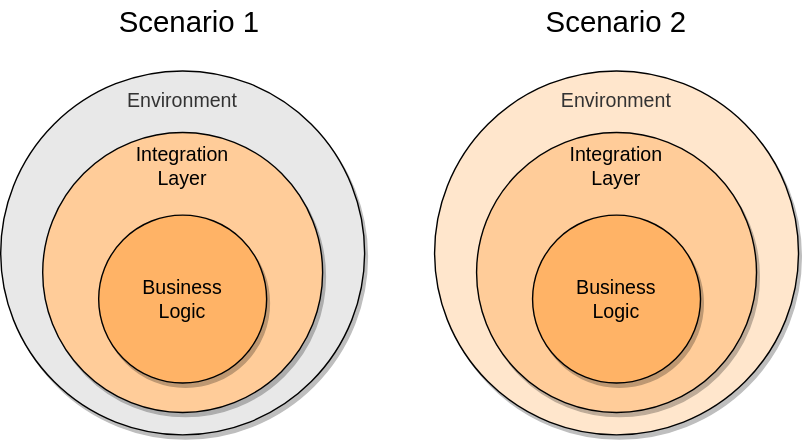
StefanSchade/blog-operational-requirements-diagrams keeps this draw.io diagram as article_02/Untitled Diagram-Scen1+2.drawio.svg. Above is the earlier version. Source tidied: cells renumbered, new cells last; positions are measured from the earlier drawing's top-left corner, leaving out a move shared by most shapes.
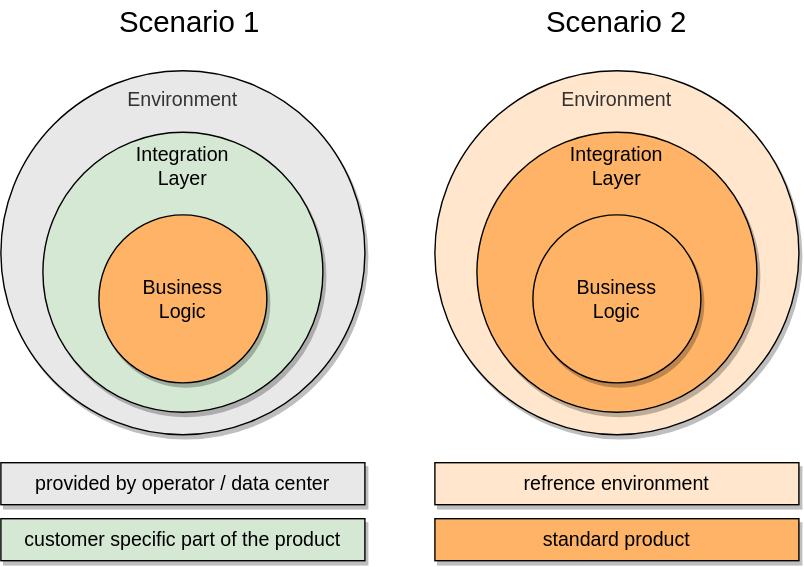
The same diagram one commit later.

What changed in the source:
```diff
@@ -5,7 +5,7 @@
     <mxCell id="2" value="Environment&lt;br style=&quot;font-size: 14px&quot;&gt;&lt;br style=&quot;font-size: 14px&quot;&gt;&lt;br style=&quot;font-size: 14px&quot;&gt;&lt;br style=&quot;font-size: 14px&quot;&gt;&lt;br style=&quot;font-size: 14px&quot;&gt;&lt;br style=&quot;font-size: 14px&quot;&gt;&lt;br style=&quot;font-size: 14px&quot;&gt;&lt;br style=&quot;font-size: 14px&quot;&gt;&lt;br style=&quot;font-size: 14px&quot;&gt;&lt;br style=&quot;font-size: 14px&quot;&gt;&lt;br style=&quot;font-size: 14px&quot;&gt;&lt;br style=&quot;font-size: 14px&quot;&gt;&lt;br style=&quot;font-size: 14px&quot;&gt;&lt;br style=&quot;font-size: 14px&quot;&gt;" style="ellipse;whiteSpace=wrap;html=1;shadow=1;fillColor=#E8E8E8;strokeColor=#000000;fontColor=#333333;fontSize=14;" parent="1" vertex="1">
       <mxGeometry y="50" width="260" height="260" as="geometry" />
     </mxCell>
-    <mxCell id="3" value="&lt;div&gt;Integration&lt;/div&gt;&lt;div&gt;Layer&lt;/div&gt;&lt;div&gt;&lt;br&gt;&lt;/div&gt;&lt;br style=&quot;font-size: 14px&quot;&gt;&lt;br style=&quot;font-size: 14px&quot;&gt;&lt;br style=&quot;font-size: 14px&quot;&gt;&lt;br style=&quot;font-size: 14px&quot;&gt;&lt;br style=&quot;font-size: 14px&quot;&gt;&lt;br style=&quot;font-size: 14px&quot;&gt;&lt;div style=&quot;font-size: 14px&quot;&gt;&lt;br style=&quot;font-size: 14px&quot;&gt;&lt;/div&gt;&lt;div style=&quot;font-size: 14px&quot;&gt;&lt;br&gt;&lt;/div&gt;" style="ellipse;whiteSpace=wrap;html=1;shadow=1;fillColor=#FFCC99;strokeColor=#000000;align=center;fontSize=14;" parent="1" vertex="1">
+    <mxCell id="3" value="&lt;div&gt;Integration&lt;/div&gt;&lt;div&gt;Layer&lt;/div&gt;&lt;div&gt;&lt;br&gt;&lt;/div&gt;&lt;br style=&quot;font-size: 14px&quot;&gt;&lt;br style=&quot;font-size: 14px&quot;&gt;&lt;br style=&quot;font-size: 14px&quot;&gt;&lt;br style=&quot;font-size: 14px&quot;&gt;&lt;br style=&quot;font-size: 14px&quot;&gt;&lt;br style=&quot;font-size: 14px&quot;&gt;&lt;div style=&quot;font-size: 14px&quot;&gt;&lt;br style=&quot;font-size: 14px&quot;&gt;&lt;/div&gt;&lt;div style=&quot;font-size: 14px&quot;&gt;&lt;br&gt;&lt;/div&gt;" style="ellipse;whiteSpace=wrap;html=1;shadow=1;fillColor=#d5e8d4;strokeColor=#000000;align=center;fontSize=14;" parent="1" vertex="1">
       <mxGeometry x="30" y="94" width="200" height="200" as="geometry" />
     </mxCell>
     <mxCell id="4" value="Business&lt;br style=&quot;font-size: 14px;&quot;&gt;Logic" style="ellipse;whiteSpace=wrap;html=1;fillColor=#FFB366;strokeColor=#000000;direction=south;fontSize=14;shadow=1;" parent="1" vertex="1">
@@ -20,11 +20,23 @@
     <mxCell id="7" value="Environment&lt;br style=&quot;font-size: 14px&quot;&gt;&lt;br style=&quot;font-size: 14px&quot;&gt;&lt;br style=&quot;font-size: 14px&quot;&gt;&lt;br style=&quot;font-size: 14px&quot;&gt;&lt;br style=&quot;font-size: 14px&quot;&gt;&lt;br style=&quot;font-size: 14px&quot;&gt;&lt;br style=&quot;font-size: 14px&quot;&gt;&lt;br style=&quot;font-size: 14px&quot;&gt;&lt;br style=&quot;font-size: 14px&quot;&gt;&lt;br style=&quot;font-size: 14px&quot;&gt;&lt;br style=&quot;font-size: 14px&quot;&gt;&lt;br style=&quot;font-size: 14px&quot;&gt;&lt;br style=&quot;font-size: 14px&quot;&gt;&lt;br style=&quot;font-size: 14px&quot;&gt;" style="ellipse;whiteSpace=wrap;html=1;shadow=1;fillColor=#FFE6CC;strokeColor=#000000;fontColor=#333333;fontSize=14;" parent="1" vertex="1">
       <mxGeometry x="310" y="50" width="260" height="260" as="geometry" />
     </mxCell>
-    <mxCell id="8" value="&lt;div&gt;Integration&lt;/div&gt;&lt;div&gt;Layer&lt;/div&gt;&lt;div&gt;&lt;br&gt;&lt;/div&gt;&lt;br style=&quot;font-size: 14px&quot;&gt;&lt;br style=&quot;font-size: 14px&quot;&gt;&lt;br style=&quot;font-size: 14px&quot;&gt;&lt;br style=&quot;font-size: 14px&quot;&gt;&lt;br style=&quot;font-size: 14px&quot;&gt;&lt;br style=&quot;font-size: 14px&quot;&gt;&lt;div style=&quot;font-size: 14px&quot;&gt;&lt;br style=&quot;font-size: 14px&quot;&gt;&lt;/div&gt;&lt;div style=&quot;font-size: 14px&quot;&gt;&lt;br&gt;&lt;/div&gt;" style="ellipse;whiteSpace=wrap;html=1;shadow=1;fillColor=#FFCC99;strokeColor=#000000;align=center;fontSize=14;" parent="1" vertex="1">
+    <mxCell id="8" value="&lt;div&gt;Integration&lt;/div&gt;&lt;div&gt;Layer&lt;/div&gt;&lt;div&gt;&lt;br&gt;&lt;/div&gt;&lt;br style=&quot;font-size: 14px&quot;&gt;&lt;br style=&quot;font-size: 14px&quot;&gt;&lt;br style=&quot;font-size: 14px&quot;&gt;&lt;br style=&quot;font-size: 14px&quot;&gt;&lt;br style=&quot;font-size: 14px&quot;&gt;&lt;br style=&quot;font-size: 14px&quot;&gt;&lt;div style=&quot;font-size: 14px&quot;&gt;&lt;br style=&quot;font-size: 14px&quot;&gt;&lt;/div&gt;&lt;div style=&quot;font-size: 14px&quot;&gt;&lt;br&gt;&lt;/div&gt;" style="ellipse;whiteSpace=wrap;html=1;shadow=1;fillColor=#FFB366;strokeColor=#000000;align=center;fontSize=14;" parent="1" vertex="1">
       <mxGeometry x="340" y="94" width="200" height="200" as="geometry" />
     </mxCell>
     <mxCell id="9" value="Business&lt;br style=&quot;font-size: 14px;&quot;&gt;Logic" style="ellipse;whiteSpace=wrap;html=1;fillColor=#FFB366;strokeColor=#000000;direction=south;fontSize=14;shadow=1;" parent="1" vertex="1">
       <mxGeometry x="380" y="153" width="120" height="120" as="geometry" />
     </mxCell>
+    <mxCell id="10" value="provided by operator / data center" style="rounded=0;whiteSpace=wrap;html=1;shadow=1;fontSize=14;strokeColor=#000000;fillColor=#E8E8E8;" parent="1" vertex="1">
+      <mxGeometry y="330" width="260" height="30" as="geometry" />
+    </mxCell>
+    <mxCell id="11" value="customer specific part of the product" style="rounded=0;whiteSpace=wrap;html=1;shadow=1;fontSize=14;strokeColor=#000000;fillColor=#d5e8d4;" parent="1" vertex="1">
+      <mxGeometry y="370" width="260" height="30" as="geometry" />
+    </mxCell>
+    <mxCell id="12" value="refrence environment" style="rounded=0;whiteSpace=wrap;html=1;shadow=1;fontSize=14;strokeColor=#000000;fillColor=#FFE6CC;" parent="1" vertex="1">
+      <mxGeometry x="310" y="330" width="260" height="30" as="geometry" />
+    </mxCell>
+    <mxCell id="13" value="standard product" style="rounded=0;whiteSpace=wrap;html=1;shadow=1;fontSize=14;strokeColor=#000000;fillColor=#FFB366;" parent="1" vertex="1">
+      <mxGeometry x="310" y="370" width="260" height="30" as="geometry" />
+    </mxCell>
   </root>
 </mxGraphModel>
```
